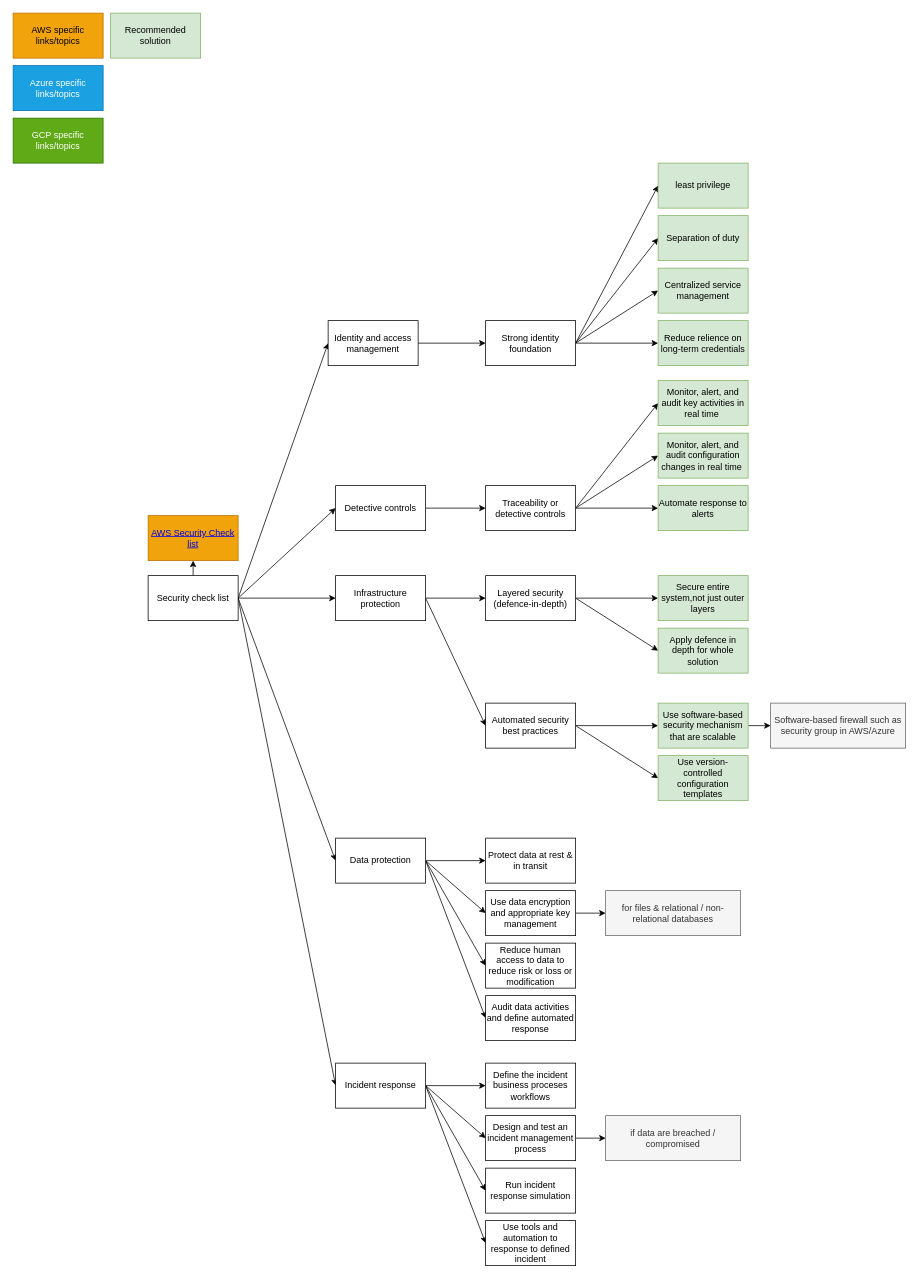
This is drawio/cloud-migration-strategie.drawio from ParisaMousavi/wordpress, a draw.io file, before an edit. Source tidied: cells renumbered, new cells numbered last; positions are measured from the earlier drawing's top-left corner, leaving out a move shared by most shapes. Both pictures are drawn from the tidied source at 75%, with x=0, y=0 at pixel (13, 13).
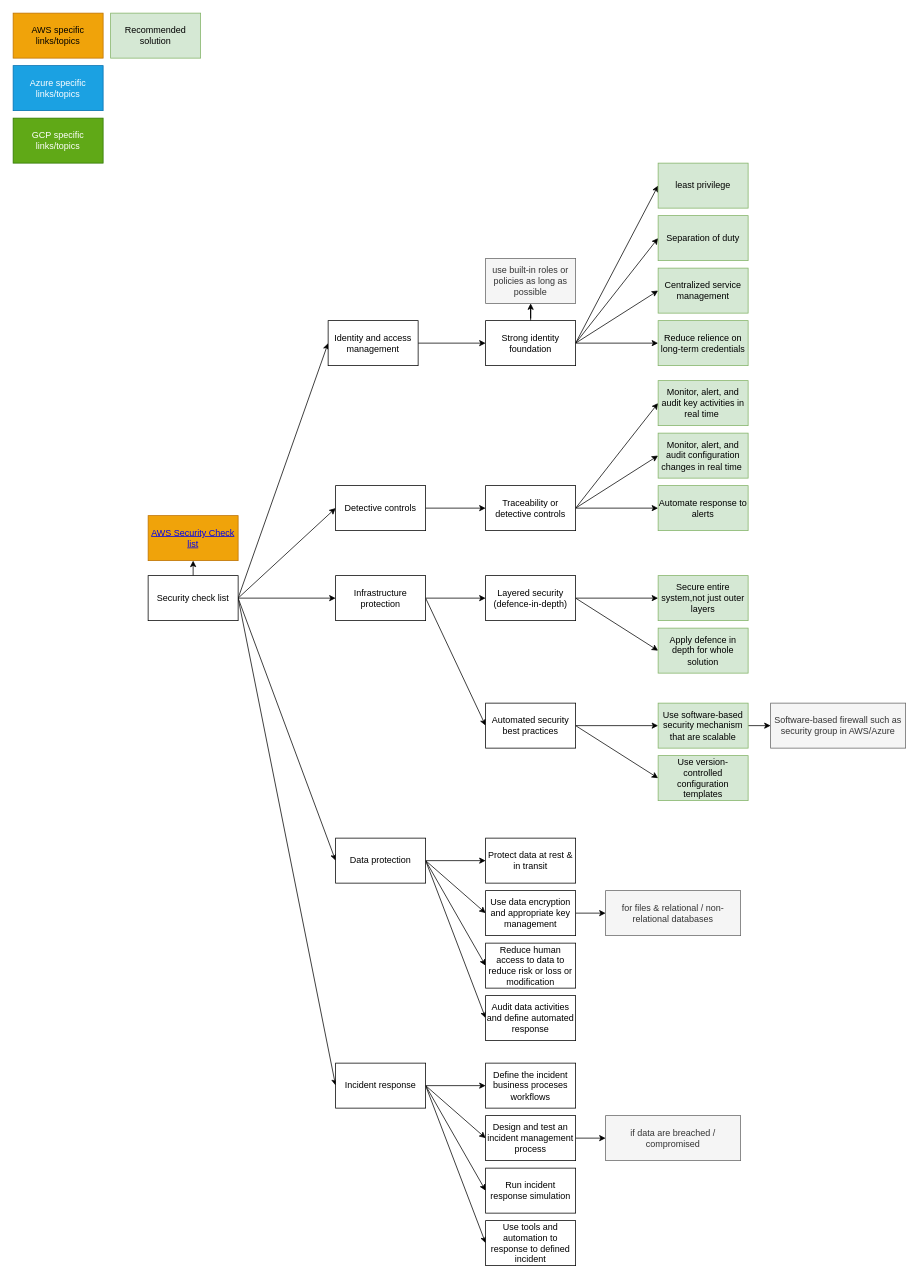
The same diagram, later.

The change refers to these unchanged cells:
```xml
<mxCell id="31" value="Strong identity foundation" style="whiteSpace=wrap;html=1;rounded=0;" parent="1" vertex="1">
  <mxGeometry x="630" y="410" width="120" height="60" as="geometry" />
</mxCell>
```

Diff of the diagram source:
```diff
@@
+    <mxCell id="71" style="edgeStyle=orthogonalEdgeStyle;rounded=0;jettySize=auto;html=1;entryX=0.5;entryY=1;entryDx=0;entryDy=0;" parent="1" edge="1" source="31" target="72">
+      <mxGeometry relative="1" as="geometry" />
+    </mxCell>
@@
+    <mxCell id="72" value="use built-in roles or policies as long as possible" style="text;html=1;strokeColor=#666666;fillColor=#f5f5f5;align=center;verticalAlign=middle;whiteSpace=wrap;rounded=0;fontColor=#333333;" parent="1" vertex="1">
+      <mxGeometry x="630" y="327" width="120" height="60" as="geometry" />
+    </mxCell>
```
